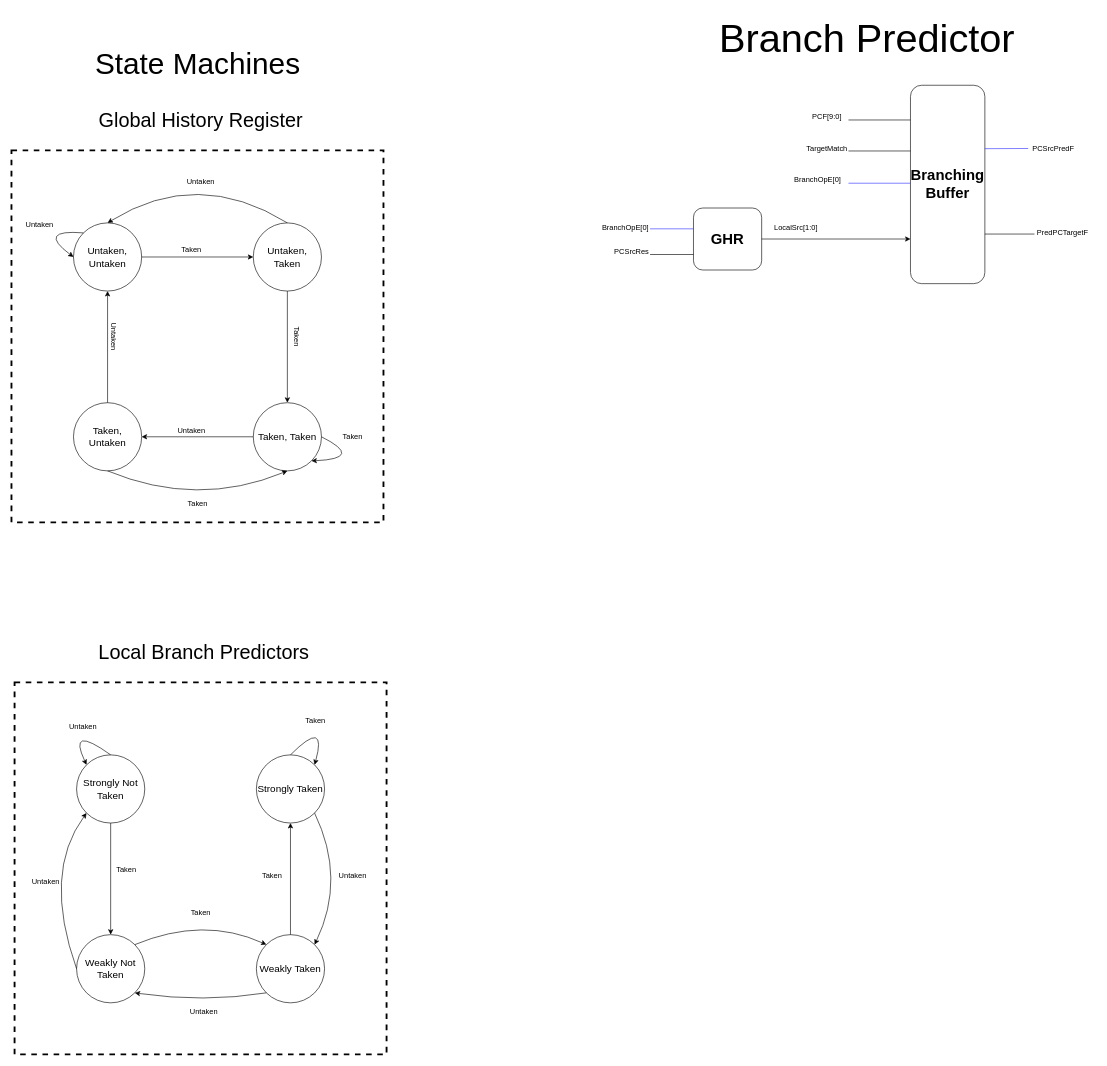
Earlier version of the draw.io diagram page "Branch Predictor" (4 of 4) of Documentation/RISC-V Pipelined Schematic.drawio (Biggo03/RISC-V-Pipelined). Source tidied: cells renumbered, new cells numbered last; positions are measured from the earlier drawing's top-left corner, leaving out a move shared by most shapes. Both pictures are drawn from the tidied source at 62%, with x=0, y=0 at pixel (11, 11).
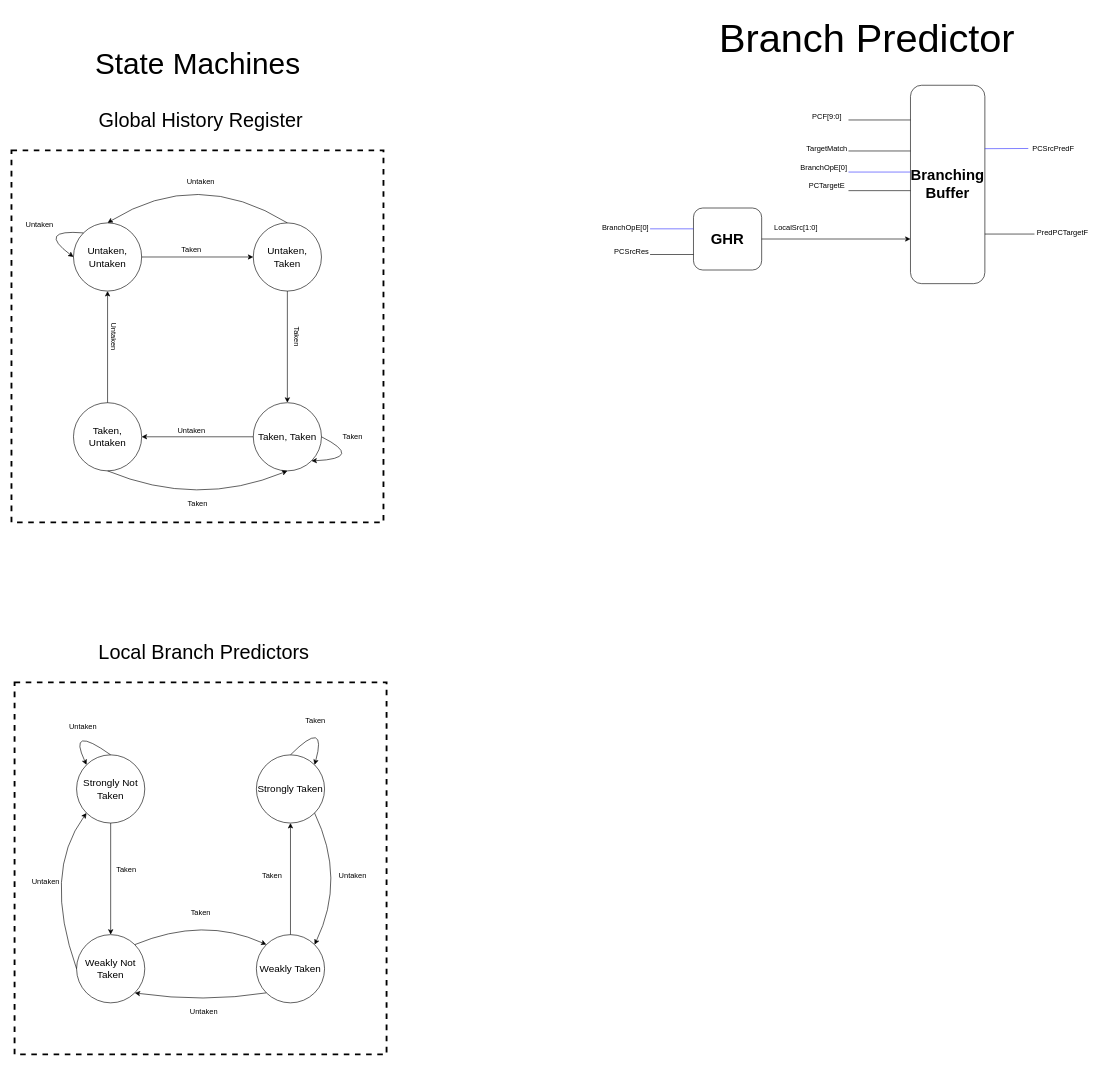
Above is the later version.

Change to the diagram source:
```diff
@@
     <mxCell id="62" style="endArrow=none;html=1;rounded=0;strokeColor=#3333FF;" parent="1" edge="1">
       <mxGeometry relative="1" as="geometry">
-        <mxPoint x="1350" y="278" as="sourcePoint" />
-        <mxPoint x="1450" y="278" as="targetPoint" />
+        <mxPoint x="1350" y="260" as="sourcePoint" />
+        <mxPoint x="1450" y="260" as="targetPoint" />
       </mxGeometry>
     </mxCell>
     <mxCell id="63" value="&lt;font style=&quot;color: rgb(0, 0, 0);&quot;&gt;BranchOpE[0]&lt;/font&gt;" style="text;html=1;align=center;verticalAlign=middle;strokeColor=none;fillColor=none;" parent="1" vertex="1">
-      <mxGeometry x="1250" y="258" width="100" height="30" as="geometry" />
+      <mxGeometry x="1260" y="238" width="100" height="30" as="geometry" />
     </mxCell>
@@
+    <mxCell id="66" style="endArrow=none;html=1;rounded=0;" parent="1" edge="1">
+      <mxGeometry relative="1" as="geometry">
+        <mxPoint x="1350" y="290" as="sourcePoint" />
+        <mxPoint x="1450" y="290" as="targetPoint" />
+      </mxGeometry>
+    </mxCell>
+    <mxCell id="67" value="&lt;font style=&quot;color: rgb(0, 0, 0);&quot;&gt;PCTargetE&lt;/font&gt;" style="text;html=1;align=center;verticalAlign=middle;strokeColor=none;fillColor=none;" parent="1" vertex="1">
+      <mxGeometry x="1275" y="268" width="80" height="30" as="geometry" />
+    </mxCell>
```
